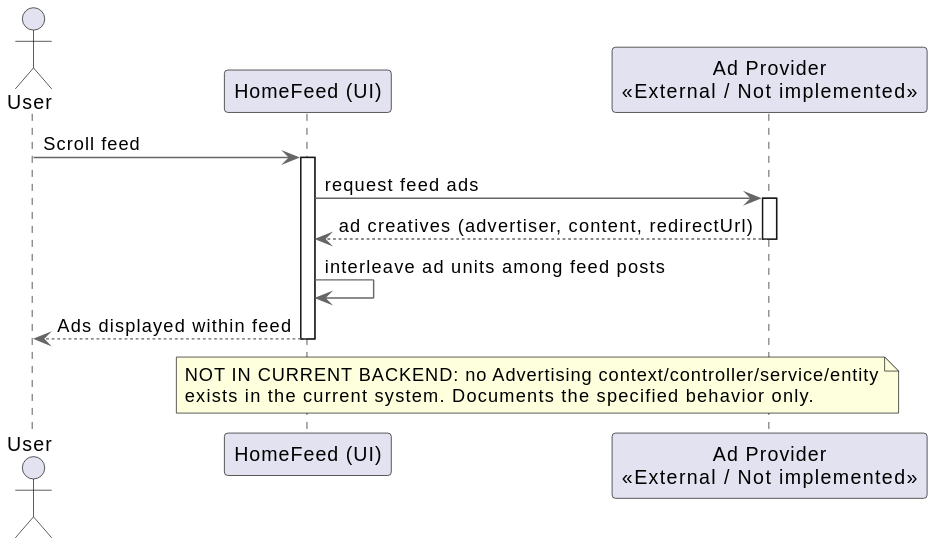
This is docs/assets/Sequence diagrams/41-50/Display Ads on Feed sequence diagram.svg from 0Risotto/JULink, a PlantUML export, as it was before one commit.
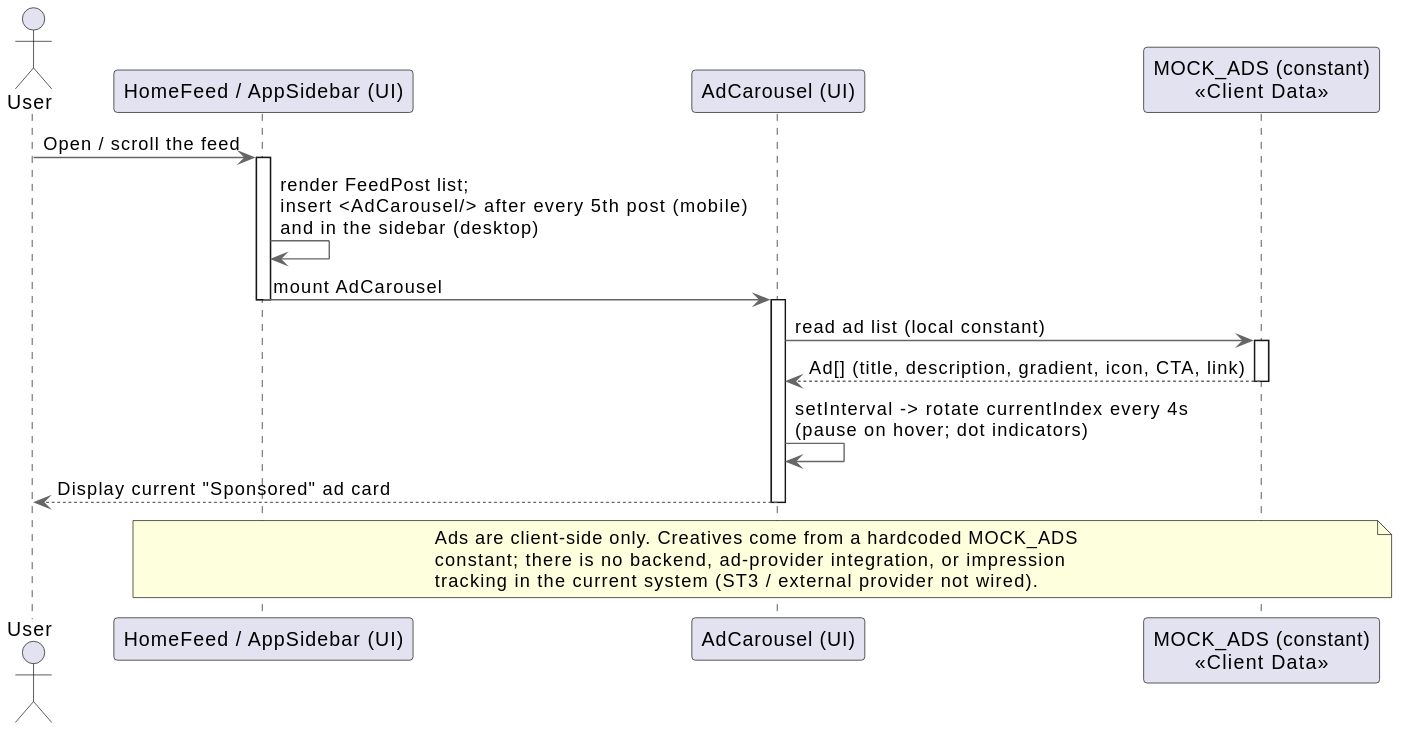
The same file after the commit.

Diff of the diagram source:
```diff
@@ -6,20 +6,26 @@
 skinparam shadowing false
 
 actor User as user
-participant "HomeFeed (UI)" as ui
-participant "Ad Provider\n<<External / Not implemented>>" as ads
+participant "HomeFeed / AppSidebar (UI)" as ui
+participant "AdCarousel (UI)" as ad
+participant "MOCK_ADS (constant)\n<<Client Data>>" as ads
 
-user -> ui: Scroll feed
+user -> ui: Open / scroll the feed
 activate ui
-ui -> ads: request feed ads
+ui -> ui: render FeedPost list;\ninsert <AdCarousel/> after every 5th post (mobile)\nand in the sidebar (desktop)
+ui -> ad: mount AdCarousel
+deactivate ui
+activate ad
+ad -> ads: read ad list (local constant)
 activate ads
-ads --> ui: ad creatives (advertiser, content, redirectUrl)
+ads --> ad: Ad[] (title, description, gradient, icon, CTA, link)
 deactivate ads
-ui -> ui: interleave ad units among feed posts
-ui --> user: Ads displayed within feed
-deactivate ui
+ad -> ad: setInterval -> rotate currentIndex every 4s\n(pause on hover; dot indicators)
+ad --> user: Display current "Sponsored" ad card
+deactivate ad
 note over ui, ads
-  NOT IN CURRENT BACKEND: no Advertising context/controller/service/entity
-  exists in the current system. Documents the specified behavior only.
+  Ads are client-side only. Creatives come from a hardcoded MOCK_ADS
+  constant; there is no backend, ad-provider integration, or impression
+  tracking in the current system (ST3 / external provider not wired).
 end note
 @enduml
```
